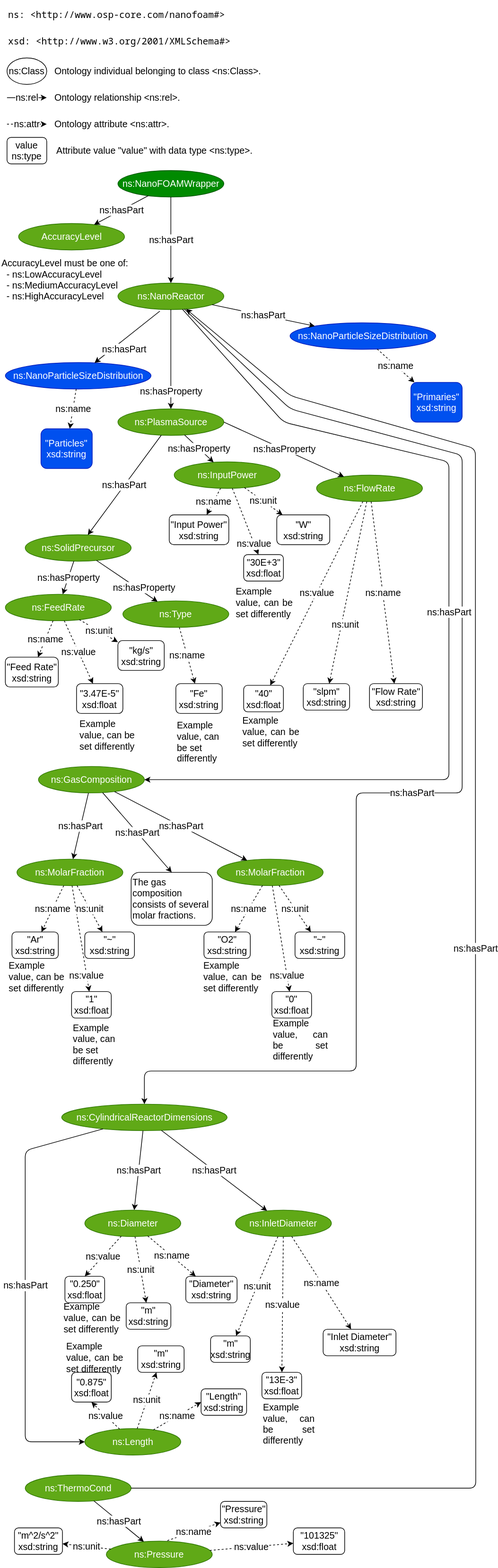
Above: docs/static/linked.drawio.svg in simphony/SimNanoDOME (draw.io), before the change. Source tidied: cells renumbered, new cells last; positions are measured from the earlier drawing's top-left corner, leaving out a move shared by most shapes.
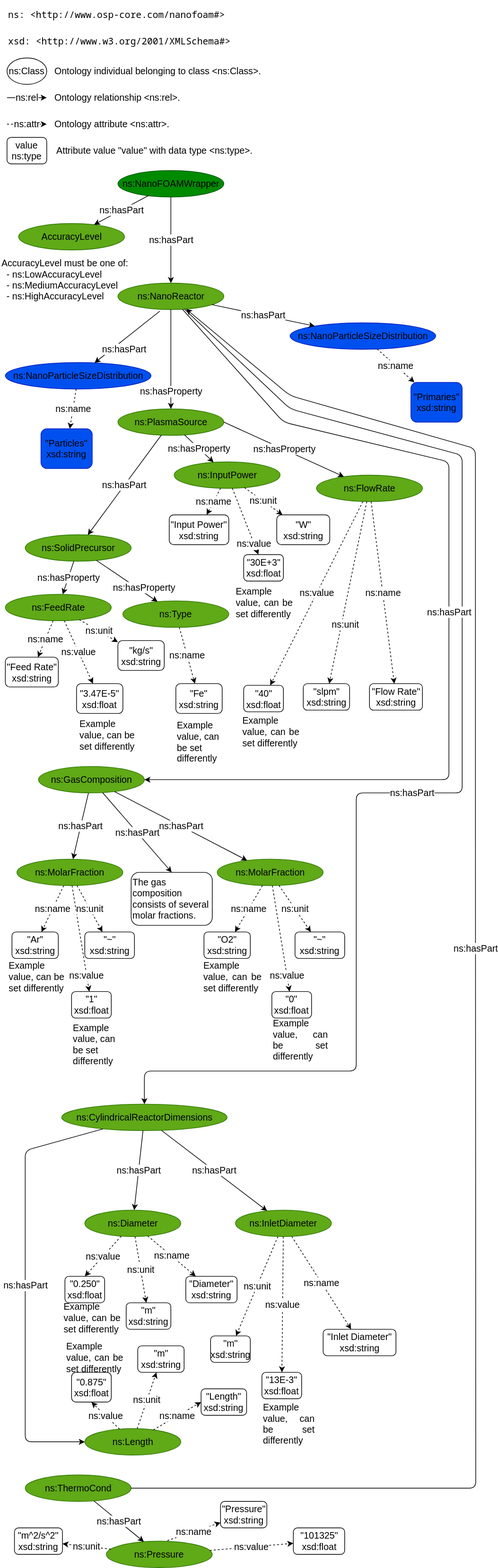
After the commit.

The edit, as a diff of the source:
```diff
@@ -8,7 +8,7 @@
     <mxCell id="3" value="value&lt;br style=&quot;font-size: 14px;&quot;&gt;ns:type" style="rounded=1;whiteSpace=wrap;html=1;labelBackgroundColor=none;fontColor=#000000;fontSize=14;" parent="1" vertex="1">
       <mxGeometry x="10" y="200" width="60" height="40" as="geometry" />
     </mxCell>
-    <mxCell id="4" value="AccuracyLevel" style="ellipse;whiteSpace=wrap;html=1;labelBackgroundColor=none;fontColor=#ffffff;fontSize=14;fillColor=#60a917;strokeColor=#2D7600;" parent="1" vertex="1">
+    <mxCell id="4" value="AccuracyLevel" style="ellipse;whiteSpace=wrap;html=1;labelBackgroundColor=none;fontColor=#000000;fontSize=14;fillColor=#60a917;strokeColor=#2D7600;" parent="1" vertex="1">
       <mxGeometry x="27.5" y="330" width="160" height="40" as="geometry" />
     </mxCell>
     <mxCell id="5" value="ns:Class" style="ellipse;whiteSpace=wrap;html=1;labelBackgroundColor=none;fontColor=#000000;fontSize=14;" parent="1" vertex="1">
@@ -38,10 +38,10 @@
     <mxCell id="11" value="&lt;pre style=&quot;font-family: &amp;quot;Noto Sans Mono&amp;quot;, monospace; font-size: 14px;&quot;&gt;&lt;pre style=&quot;font-family: &amp;quot;Noto Sans Mono&amp;quot;, monospace; font-size: 14px;&quot;&gt;xsd: &amp;lt;http://www.w3.org/2001/XMLSchema#&amp;gt;&lt;/pre&gt;&lt;/pre&gt;" style="text;html=1;strokeColor=none;fillColor=none;align=left;verticalAlign=middle;whiteSpace=wrap;rounded=0;fontColor=#000000;labelBackgroundColor=none;fontSize=14;" parent="1" vertex="1">
       <mxGeometry x="10" y="40" width="420" height="30" as="geometry" />
     </mxCell>
-    <mxCell id="12" value="ns:SolidPrecursor" style="ellipse;whiteSpace=wrap;html=1;labelBackgroundColor=none;fontColor=#ffffff;fontSize=14;fillColor=#60a917;strokeColor=#2D7600;" parent="1" vertex="1">
+    <mxCell id="12" value="ns:SolidPrecursor" style="ellipse;whiteSpace=wrap;html=1;labelBackgroundColor=none;fontColor=#000000;fontSize=14;fillColor=#60a917;strokeColor=#2D7600;" parent="1" vertex="1">
       <mxGeometry x="37.5" y="800" width="160" height="40" as="geometry" />
     </mxCell>
-    <mxCell id="13" value="ns:FeedRate" style="ellipse;whiteSpace=wrap;html=1;labelBackgroundColor=none;fontColor=#ffffff;fontSize=14;fillColor=#60a917;strokeColor=#2D7600;" parent="1" vertex="1">
+    <mxCell id="13" value="ns:FeedRate" style="ellipse;whiteSpace=wrap;html=1;labelBackgroundColor=none;fontColor=#000000;fontSize=14;fillColor=#60a917;strokeColor=#2D7600;" parent="1" vertex="1">
       <mxGeometry x="7.5" y="890" width="160" height="40" as="geometry" />
     </mxCell>
     <mxCell id="14" value="ns:hasProperty" style="endArrow=classic;html=1;rounded=0;fontColor=#000000;fontSize=14;" parent="1" edge="1" source="12" target="13">
@@ -53,7 +53,7 @@
     <mxCell id="16" value="ns:unit" style="endArrow=classic;html=1;rounded=0;fontColor=#000000;dashed=1;fontSize=14;" parent="1" edge="1" source="13" target="22">
       <mxGeometry relative="1" as="geometry" />
     </mxCell>
-    <mxCell id="17" value="ns:Type" style="ellipse;whiteSpace=wrap;html=1;labelBackgroundColor=none;fontColor=#ffffff;fontSize=14;fillColor=#60a917;strokeColor=#2D7600;" parent="1" vertex="1">
+    <mxCell id="17" value="ns:Type" style="ellipse;whiteSpace=wrap;html=1;labelBackgroundColor=none;fontColor=#000000;fontSize=14;fillColor=#60a917;strokeColor=#2D7600;" parent="1" vertex="1">
       <mxGeometry x="185" y="900" width="160" height="40" as="geometry" />
     </mxCell>
     <mxCell id="18" value="ns:hasProperty" style="endArrow=classic;html=1;rounded=0;fontColor=#000000;fontSize=14;" parent="1" edge="1" source="12" target="17">
@@ -74,10 +74,10 @@
     <mxCell id="23" value="&lt;div style=&quot;font-size: 14px;&quot;&gt;&quot;Fe&quot;&lt;/div&gt;&lt;div style=&quot;font-size: 14px;&quot;&gt;xsd:string&lt;/div&gt;" style="rounded=1;whiteSpace=wrap;html=1;labelBackgroundColor=none;fontColor=#000000;fontSize=14;" parent="1" vertex="1">
       <mxGeometry x="265" y="1025" width="70" height="45" as="geometry" />
     </mxCell>
-    <mxCell id="24" value="ns:PlasmaSource" style="ellipse;whiteSpace=wrap;html=1;labelBackgroundColor=none;fontColor=#ffffff;fontSize=14;fillColor=#60a917;strokeColor=#2D7600;" parent="1" vertex="1">
+    <mxCell id="24" value="ns:PlasmaSource" style="ellipse;whiteSpace=wrap;html=1;labelBackgroundColor=none;fontColor=#000000;fontSize=14;fillColor=#60a917;strokeColor=#2D7600;" parent="1" vertex="1">
       <mxGeometry x="177.5" y="610" width="160" height="40" as="geometry" />
     </mxCell>
-    <mxCell id="25" value="ns:InputPower" style="ellipse;whiteSpace=wrap;html=1;labelBackgroundColor=none;fontColor=#ffffff;fontSize=14;fillColor=#60a917;strokeColor=#2D7600;" parent="1" vertex="1">
+    <mxCell id="25" value="ns:InputPower" style="ellipse;whiteSpace=wrap;html=1;labelBackgroundColor=none;fontColor=#000000;fontSize=14;fillColor=#60a917;strokeColor=#2D7600;" parent="1" vertex="1">
       <mxGeometry x="262.5" y="690" width="160" height="40" as="geometry" />
     </mxCell>
     <mxCell id="26" value="ns:value" style="endArrow=classic;html=1;rounded=0;fontColor=#000000;dashed=1;fontSize=14;" parent="1" edge="1" source="25" target="28">
@@ -98,7 +98,7 @@
     <mxCell id="31" value="&lt;div style=&quot;font-size: 14px;&quot;&gt;&quot;W&quot;&lt;/div&gt;&lt;div style=&quot;font-size: 14px;&quot;&gt;xsd:string&lt;/div&gt;" style="rounded=1;whiteSpace=wrap;html=1;labelBackgroundColor=none;fontColor=#000000;fontSize=14;" parent="1" vertex="1">
       <mxGeometry x="417.5" y="770" width="80" height="45" as="geometry" />
     </mxCell>
-    <mxCell id="32" value="ns:FlowRate" style="ellipse;whiteSpace=wrap;html=1;labelBackgroundColor=none;fontColor=#ffffff;fontSize=14;fillColor=#60a917;strokeColor=#2D7600;" parent="1" vertex="1">
+    <mxCell id="32" value="ns:FlowRate" style="ellipse;whiteSpace=wrap;html=1;labelBackgroundColor=none;fontColor=#000000;fontSize=14;fillColor=#60a917;strokeColor=#2D7600;" parent="1" vertex="1">
       <mxGeometry x="477.5" y="710" width="160" height="40" as="geometry" />
     </mxCell>
     <mxCell id="33" value="ns:hasProperty" style="endArrow=classic;html=1;rounded=0;fontColor=#000000;fontSize=14;exitX=1;exitY=0.5;exitDx=0;exitDy=0;" parent="1" edge="1" source="24" target="32">
@@ -122,10 +122,10 @@
     <mxCell id="39" value="&lt;div style=&quot;font-size: 14px;&quot;&gt;&quot;40&quot;&lt;/div&gt;&lt;div style=&quot;font-size: 14px;&quot;&gt;xsd:float&lt;br style=&quot;font-size: 14px;&quot;&gt;&lt;/div&gt;" style="rounded=1;whiteSpace=wrap;html=1;labelBackgroundColor=none;fontColor=#000000;fontSize=14;" parent="1" vertex="1">
       <mxGeometry x="367.5" y="1027.5" width="60" height="40" as="geometry" />
     </mxCell>
-    <mxCell id="40" value="ns:GasComposition" style="ellipse;whiteSpace=wrap;html=1;labelBackgroundColor=none;fontColor=#ffffff;fontSize=14;fillColor=#60a917;strokeColor=#2D7600;" parent="1" vertex="1">
+    <mxCell id="40" value="ns:GasComposition" style="ellipse;whiteSpace=wrap;html=1;labelBackgroundColor=none;fontColor=#000000;fontSize=14;fillColor=#60a917;strokeColor=#2D7600;" parent="1" vertex="1">
       <mxGeometry x="57.5" y="1150" width="160" height="40" as="geometry" />
     </mxCell>
-    <mxCell id="41" value="ns:MolarFraction" style="ellipse;whiteSpace=wrap;html=1;labelBackgroundColor=none;fontColor=#ffffff;fontSize=14;fillColor=#60a917;strokeColor=#2D7600;" parent="1" vertex="1">
+    <mxCell id="41" value="ns:MolarFraction" style="ellipse;whiteSpace=wrap;html=1;labelBackgroundColor=none;fontColor=#000000;fontSize=14;fillColor=#60a917;strokeColor=#2D7600;" parent="1" vertex="1">
       <mxGeometry x="25" y="1290" width="160" height="40" as="geometry" />
     </mxCell>
     <mxCell id="42" value="ns:hasPart" style="endArrow=classic;html=1;rounded=0;fontColor=#000000;fontSize=14;" parent="1" edge="1" source="40" target="41">
@@ -149,16 +149,16 @@
     <mxCell id="48" value="&quot;~&quot;&lt;br style=&quot;font-size: 14px;&quot;&gt;xsd:string" style="rounded=1;whiteSpace=wrap;html=1;labelBackgroundColor=none;fontColor=#000000;fontSize=14;" parent="1" vertex="1">
       <mxGeometry x="127.5" y="1400" width="75" height="40" as="geometry" />
     </mxCell>
-    <mxCell id="49" value="ns:CylindricalReactorDimensions" style="ellipse;whiteSpace=wrap;html=1;labelBackgroundColor=none;fontColor=#ffffff;fontSize=14;fillColor=#60a917;strokeColor=#2D7600;" parent="1" vertex="1">
+    <mxCell id="49" value="ns:CylindricalReactorDimensions" style="ellipse;whiteSpace=wrap;html=1;labelBackgroundColor=none;fontColor=#000000;fontSize=14;fillColor=#60a917;strokeColor=#2D7600;" parent="1" vertex="1">
       <mxGeometry x="92.5" y="1660" width="250" height="40" as="geometry" />
     </mxCell>
-    <mxCell id="50" value="ns:Diameter" style="ellipse;whiteSpace=wrap;html=1;labelBackgroundColor=none;fontColor=#ffffff;fontSize=14;fillColor=#60a917;strokeColor=#2D7600;" parent="1" vertex="1">
+    <mxCell id="50" value="ns:Diameter" style="ellipse;whiteSpace=wrap;html=1;labelBackgroundColor=none;fontColor=#000000;fontSize=14;fillColor=#60a917;strokeColor=#2D7600;" parent="1" vertex="1">
       <mxGeometry x="127.5" y="1820" width="145" height="40" as="geometry" />
     </mxCell>
-    <mxCell id="51" value="ns:Length" style="ellipse;whiteSpace=wrap;html=1;labelBackgroundColor=none;fontColor=#ffffff;fontSize=14;fillColor=#60a917;strokeColor=#2D7600;" parent="1" vertex="1">
+    <mxCell id="51" value="ns:Length" style="ellipse;whiteSpace=wrap;html=1;labelBackgroundColor=none;fontColor=#000000;fontSize=14;fillColor=#60a917;strokeColor=#2D7600;" parent="1" vertex="1">
       <mxGeometry x="127.5" y="2150" width="145" height="40" as="geometry" />
     </mxCell>
-    <mxCell id="52" value="ns:InletDiameter" style="ellipse;whiteSpace=wrap;html=1;labelBackgroundColor=none;fontColor=#ffffff;fontSize=14;fillColor=#60a917;strokeColor=#2D7600;" parent="1" vertex="1">
+    <mxCell id="52" value="ns:InletDiameter" style="ellipse;whiteSpace=wrap;html=1;labelBackgroundColor=none;fontColor=#000000;fontSize=14;fillColor=#60a917;strokeColor=#2D7600;" parent="1" vertex="1">
       <mxGeometry x="355" y="1820" width="145" height="40" as="geometry" />
     </mxCell>
     <mxCell id="53" value="ns:hasPart" style="endArrow=classic;html=1;rounded=1;fontColor=#000000;fontSize=14;" parent="1" edge="1" source="49" target="51">
@@ -193,7 +193,7 @@
     <mxCell id="61" value="&lt;div style=&quot;font-size: 14px;&quot;&gt;&quot;0.250&quot;&lt;/div&gt;&lt;div style=&quot;font-size: 14px;&quot;&gt;xsd:float&lt;/div&gt;" style="rounded=1;whiteSpace=wrap;html=1;labelBackgroundColor=none;fontColor=#000000;fontSize=14;" parent="1" vertex="1">
       <mxGeometry x="97.5" y="1920" width="60" height="40" as="geometry" />
     </mxCell>
-    <mxCell id="62" value="ns:NanoFOAMWrapper" style="ellipse;whiteSpace=wrap;html=1;labelBackgroundColor=none;fontColor=#ffffff;fontSize=14;fillColor=#008a00;strokeColor=#005700;" parent="1" vertex="1">
+    <mxCell id="62" value="ns:NanoFOAMWrapper" style="ellipse;whiteSpace=wrap;html=1;labelBackgroundColor=none;fontColor=#000000;fontSize=14;fillColor=#008a00;strokeColor=#005700;" parent="1" vertex="1">
       <mxGeometry x="177.5" y="250" width="160" height="40" as="geometry" />
     </mxCell>
     <mxCell id="63" value="ns:hasPart" style="endArrow=classic;html=1;rounded=0;fontColor=#000000;fontSize=14;" parent="1" edge="1" source="62" target="4">
@@ -238,7 +238,7 @@
     <mxCell id="76" value="&quot;m&quot;&lt;br style=&quot;font-size: 14px;&quot;&gt;xsd:string" style="rounded=1;whiteSpace=wrap;html=1;labelBackgroundColor=none;fontColor=#000000;fontSize=14;" parent="1" vertex="1">
       <mxGeometry x="317.5" y="2010" width="60" height="40" as="geometry" />
     </mxCell>
-    <mxCell id="77" value="ns:NanoReactor" style="ellipse;whiteSpace=wrap;html=1;labelBackgroundColor=none;fontColor=#ffffff;fontSize=14;fillColor=#60a917;strokeColor=#2D7600;" parent="1" vertex="1">
+    <mxCell id="77" value="ns:NanoReactor" style="ellipse;whiteSpace=wrap;html=1;labelBackgroundColor=none;fontColor=#000000;fontSize=14;fillColor=#60a917;strokeColor=#2D7600;" parent="1" vertex="1">
       <mxGeometry x="177.5" y="420" width="160" height="40" as="geometry" />
     </mxCell>
     <mxCell id="78" value="ns:hasPart" style="endArrow=classic;html=1;rounded=1;fontColor=#000000;fontSize=14;" parent="1" edge="1" source="77" target="49">
@@ -253,7 +253,7 @@
         </Array>
       </mxGeometry>
     </mxCell>
-    <mxCell id="79" value="ns:ThermoCond" style="ellipse;whiteSpace=wrap;html=1;labelBackgroundColor=none;fontColor=#ffffff;fontSize=14;fillColor=#60a917;strokeColor=#2D7600;" parent="1" vertex="1">
+    <mxCell id="79" value="ns:ThermoCond" style="ellipse;whiteSpace=wrap;html=1;labelBackgroundColor=none;fontColor=#000000;fontSize=14;fillColor=#60a917;strokeColor=#2D7600;" parent="1" vertex="1">
       <mxGeometry x="37.5" y="2220" width="160" height="40" as="geometry" />
     </mxCell>
     <mxCell id="80" value="ns:hasPart" style="endArrow=classic;html=1;fontColor=#000000;fontSize=14;rounded=1;" parent="1" edge="1" source="77" target="40">
@@ -265,7 +265,7 @@
         </Array>
       </mxGeometry>
     </mxCell>
-    <mxCell id="81" value="ns:Pressure" style="ellipse;whiteSpace=wrap;html=1;labelBackgroundColor=none;fontColor=#ffffff;fontSize=14;fillColor=#60a917;strokeColor=#2D7600;" parent="1" vertex="1">
+    <mxCell id="81" value="ns:Pressure" style="ellipse;whiteSpace=wrap;html=1;labelBackgroundColor=none;fontColor=#000000;fontSize=14;fillColor=#60a917;strokeColor=#2D7600;" parent="1" vertex="1">
       <mxGeometry x="160" y="2320" width="160" height="40" as="geometry" />
     </mxCell>
     <mxCell id="82" value="ns:value" style="endArrow=classic;html=1;rounded=0;fontColor=#000000;dashed=1;fontSize=14;" parent="1" edge="1" source="81" target="84">
@@ -302,7 +302,7 @@
     <mxCell id="90" value="ns:hasProperty" style="endArrow=classic;html=1;rounded=0;fontColor=#000000;fontSize=14;" parent="1" edge="1" source="77" target="24">
       <mxGeometry x="0.65" relative="1" as="geometry" />
     </mxCell>
-    <mxCell id="91" value="ns:NanoParticleSizeDistribution" style="ellipse;whiteSpace=wrap;html=1;labelBackgroundColor=none;fontColor=#ffffff;fontSize=14;fillColor=#0050ef;strokeColor=#001DBC;" parent="1" vertex="1">
+    <mxCell id="91" value="ns:NanoParticleSizeDistribution" style="ellipse;whiteSpace=wrap;html=1;labelBackgroundColor=none;fontColor=#000000;fontSize=14;fillColor=#0050ef;strokeColor=#001DBC;" parent="1" vertex="1">
       <mxGeometry x="7.5" y="540" width="220" height="40" as="geometry" />
     </mxCell>
     <mxCell id="92" value="ns:hasPart" style="endArrow=classic;html=1;rounded=0;fontColor=#000000;fontSize=14;exitX=0.396;exitY=1.06;exitDx=0;exitDy=0;exitPerimeter=0;" parent="1" edge="1" source="77" target="91">
@@ -314,7 +314,7 @@
     <mxCell id="94" value="ns:name" style="endArrow=classic;html=1;rounded=0;fontColor=#000000;dashed=1;fontSize=14;" parent="1" edge="1" source="91" target="95">
       <mxGeometry relative="1" as="geometry" />
     </mxCell>
-    <mxCell id="95" value="&lt;div style=&quot;font-size: 14px;&quot;&gt;&quot;Particles&quot;&lt;/div&gt;&lt;div style=&quot;font-size: 14px;&quot;&gt;xsd:string&lt;br style=&quot;font-size: 14px;&quot;&gt;&lt;/div&gt;" style="rounded=1;whiteSpace=wrap;html=1;labelBackgroundColor=none;fontColor=#ffffff;fontSize=14;direction=south;fillColor=#0050ef;strokeColor=#001DBC;" parent="1" vertex="1">
+    <mxCell id="95" value="&lt;div style=&quot;font-size: 14px;&quot;&gt;&quot;Particles&quot;&lt;/div&gt;&lt;div style=&quot;font-size: 14px;&quot;&gt;xsd:string&lt;br style=&quot;font-size: 14px;&quot;&gt;&lt;/div&gt;" style="rounded=1;whiteSpace=wrap;html=1;labelBackgroundColor=none;fontColor=#000000;fontSize=14;direction=south;fillColor=#0050ef;strokeColor=#001DBC;" parent="1" vertex="1">
       <mxGeometry x="61.2" y="640" width="77.5" height="60" as="geometry" />
     </mxCell>
     <mxCell id="96" value="ns:hasPart" style="endArrow=classic;html=1;rounded=0;fontColor=#000000;fontSize=14;" parent="1" edge="1" source="62" target="77">
@@ -353,7 +353,7 @@
     <mxCell id="107" value="ns:hasPart" style="endArrow=classic;html=1;rounded=0;fontColor=#000000;fontSize=14;entryX=0.5;entryY=0;entryDx=0;entryDy=0;" parent="1" edge="1" source="40" target="118">
       <mxGeometry relative="1" as="geometry" />
     </mxCell>
-    <mxCell id="108" value="ns:MolarFraction" style="ellipse;whiteSpace=wrap;html=1;labelBackgroundColor=none;fontColor=#ffffff;fontSize=14;fillColor=#60a917;strokeColor=#2D7600;" parent="1" vertex="1">
+    <mxCell id="108" value="ns:MolarFraction" style="ellipse;whiteSpace=wrap;html=1;labelBackgroundColor=none;fontColor=#000000;fontSize=14;fillColor=#60a917;strokeColor=#2D7600;" parent="1" vertex="1">
       <mxGeometry x="327.5" y="1290" width="160" height="40" as="geometry" />
     </mxCell>
     <mxCell id="109" value="ns:value" style="endArrow=classic;html=1;rounded=0;fontColor=#000000;dashed=1;fontSize=14;" parent="1" edge="1" source="108" target="111">
@@ -395,13 +395,13 @@
     <mxCell id="121" value="&lt;div style=&quot;font-size: 14px;&quot; align=&quot;justify&quot;&gt;Example value, can be set differently&lt;br style=&quot;font-size: 14px;&quot;&gt;&lt;/div&gt;" style="text;html=1;strokeColor=none;fillColor=none;align=left;verticalAlign=middle;whiteSpace=wrap;rounded=0;fontSize=14;fontColor=#000000;" parent="1" vertex="1">
       <mxGeometry x="395" y="2120" width="80" height="45" as="geometry" />
     </mxCell>
-    <mxCell id="122" value="ns:NanoParticleSizeDistribution" style="ellipse;whiteSpace=wrap;html=1;labelBackgroundColor=none;fontColor=#ffffff;fontSize=14;fillColor=#0050ef;strokeColor=#001DBC;" parent="1" vertex="1">
+    <mxCell id="122" value="ns:NanoParticleSizeDistribution" style="ellipse;whiteSpace=wrap;html=1;labelBackgroundColor=none;fontColor=#000000;fontSize=14;fillColor=#0050ef;strokeColor=#001DBC;" parent="1" vertex="1">
       <mxGeometry x="437.5" y="480" width="220" height="40" as="geometry" />
     </mxCell>
     <mxCell id="123" value="ns:hasPart" style="endArrow=classic;html=1;rounded=0;fontColor=#000000;fontSize=14;" parent="1" edge="1" source="77" target="122">
       <mxGeometry relative="1" as="geometry" />
     </mxCell>
-    <mxCell id="124" value="&lt;div style=&quot;font-size: 14px;&quot;&gt;&quot;Primaries&quot;&lt;/div&gt;&lt;div style=&quot;font-size: 14px;&quot;&gt;xsd:string&lt;br style=&quot;font-size: 14px;&quot;&gt;&lt;/div&gt;" style="rounded=1;whiteSpace=wrap;html=1;labelBackgroundColor=none;fontColor=#ffffff;fontSize=14;direction=south;fillColor=#0050ef;strokeColor=#001DBC;" parent="1" vertex="1">
+    <mxCell id="124" value="&lt;div style=&quot;font-size: 14px;&quot;&gt;&quot;Primaries&quot;&lt;/div&gt;&lt;div style=&quot;font-size: 14px;&quot;&gt;xsd:string&lt;br style=&quot;font-size: 14px;&quot;&gt;&lt;/div&gt;" style="rounded=1;whiteSpace=wrap;html=1;labelBackgroundColor=none;fontColor=#000000;fontSize=14;direction=south;fillColor=#0050ef;strokeColor=#001DBC;" parent="1" vertex="1">
       <mxGeometry x="620" y="570" width="77.5" height="60" as="geometry" />
     </mxCell>
     <mxCell id="125" value="ns:name" style="endArrow=classic;html=1;rounded=0;fontColor=#000000;dashed=1;fontSize=14;" parent="1" edge="1" source="122" target="124">
```
